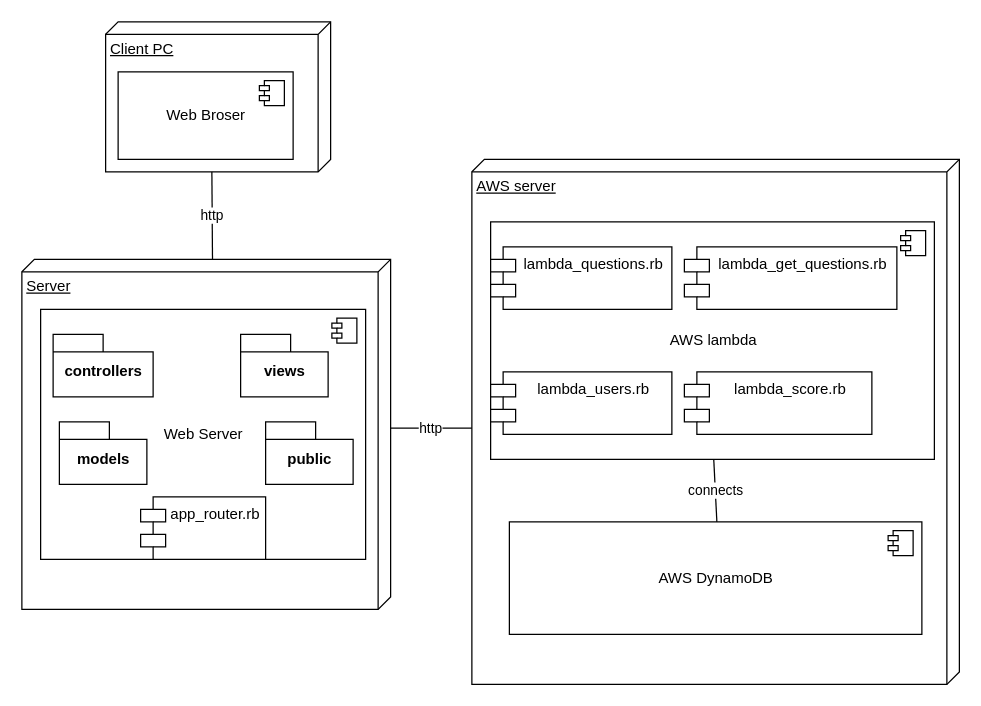
FelipeOsornio/QuizApp keeps this draw.io diagram as img/physical-view.drawio. Above is the earlier version. Source tidied: cells renumbered, new cells numbered last; positions are measured from the earlier drawing's top-left corner, leaving out a move shared by most shapes. Both pictures are drawn from the tidied source at 125%, with x=0, y=0 at pixel (21, 21).
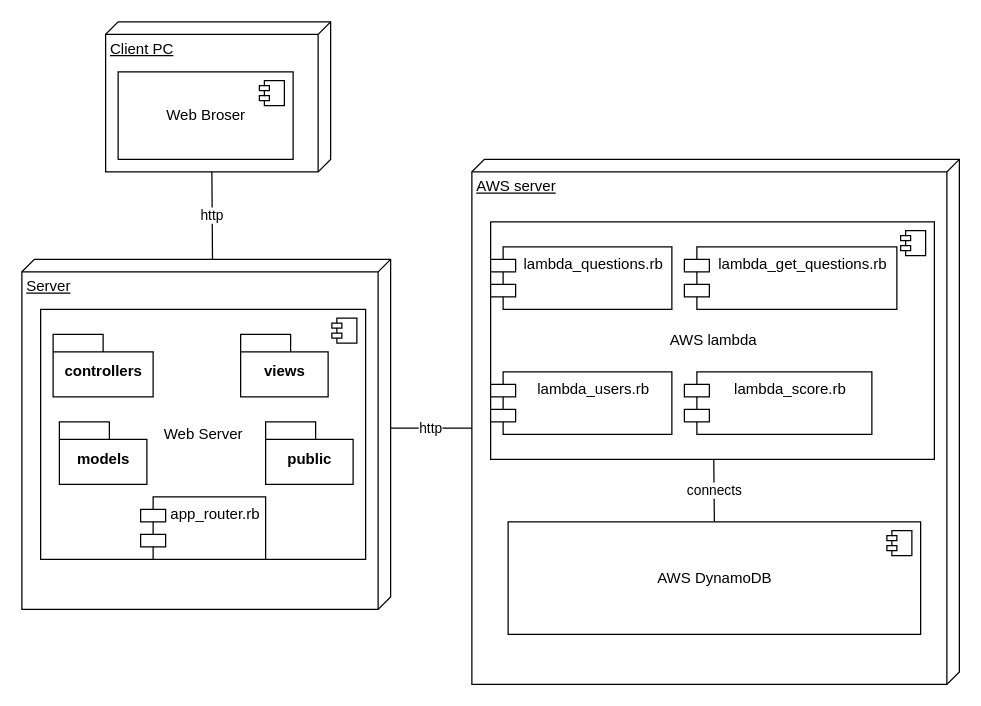
Above is the later version.

Change to the diagram source:
```diff
@@
     <mxCell id="15" value="AWS DynamoDB" style="html=1;" parent="1" vertex="1">
-      <mxGeometry x="390" y="400" width="330" height="90" as="geometry" />
+      <mxGeometry x="389" y="400" width="330" height="90" as="geometry" />
     </mxCell>
@@
-    <mxCell id="24" value="connects" style="endArrow=none;html=1;entryX=0.5;entryY=1;entryDx=0;entryDy=0;exitX=0.5;exitY=0;exitDx=0;exitDy=0;" parent="1" edge="1">
+    <mxCell id="24" value="connects" style="endArrow=none;html=1;entryX=0.5;entryY=1;entryDx=0;entryDy=0;exitX=0.5;exitY=0;exitDx=0;exitDy=0;" parent="1" edge="1" source="15">
       <mxGeometry relative="1" as="geometry">
-        <mxPoint x="556" y="400" as="sourcePoint" />
         <mxPoint x="553.5" y="350" as="targetPoint" />
       </mxGeometry>
     </mxCell>
```
